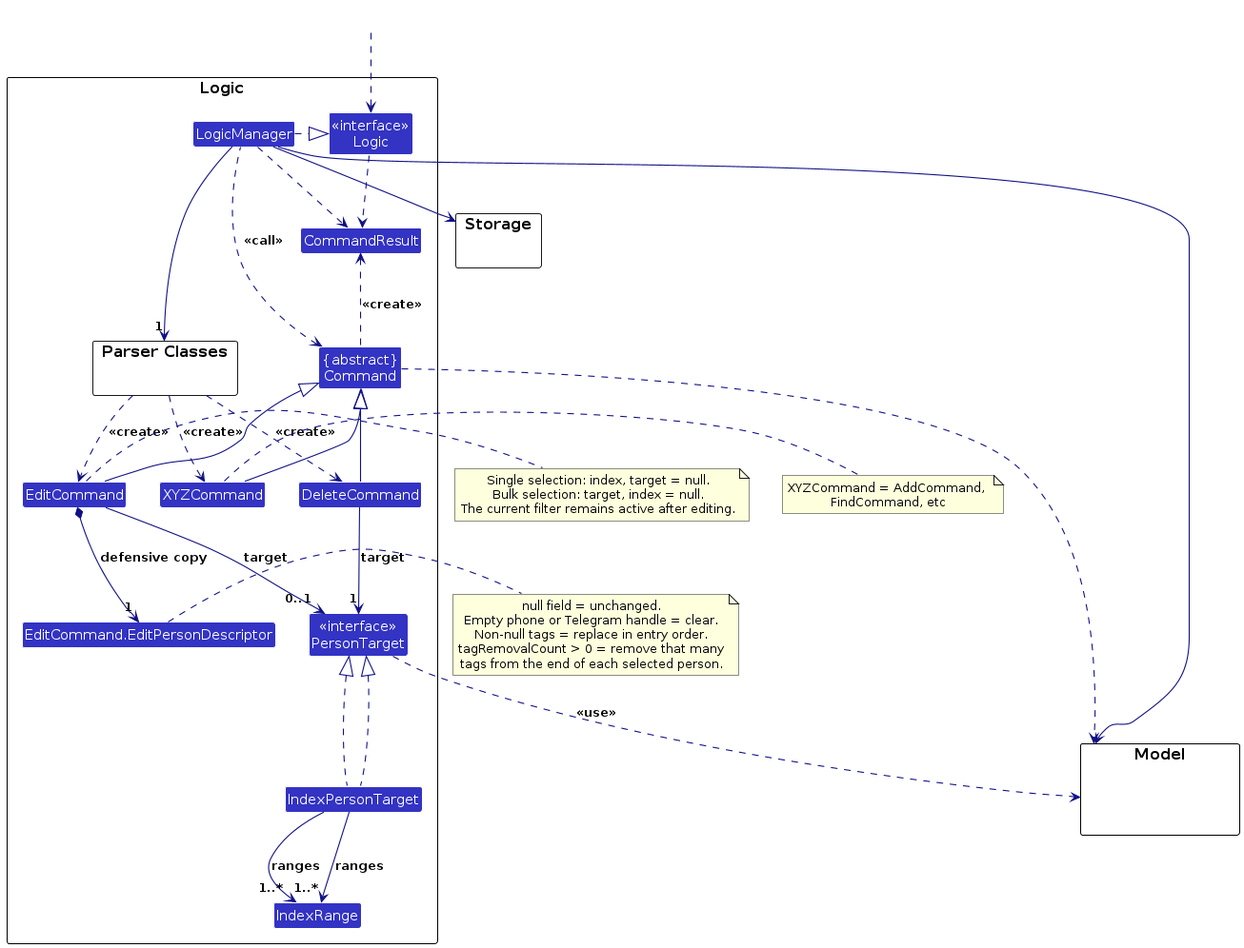
Above: diagrams/LogicClassDiagram.png in AY2627S1-CS2103T-T11-2/tp (PlantUML), before the change. Its source is kept beside it as diagrams/LogicClassDiagram.puml.
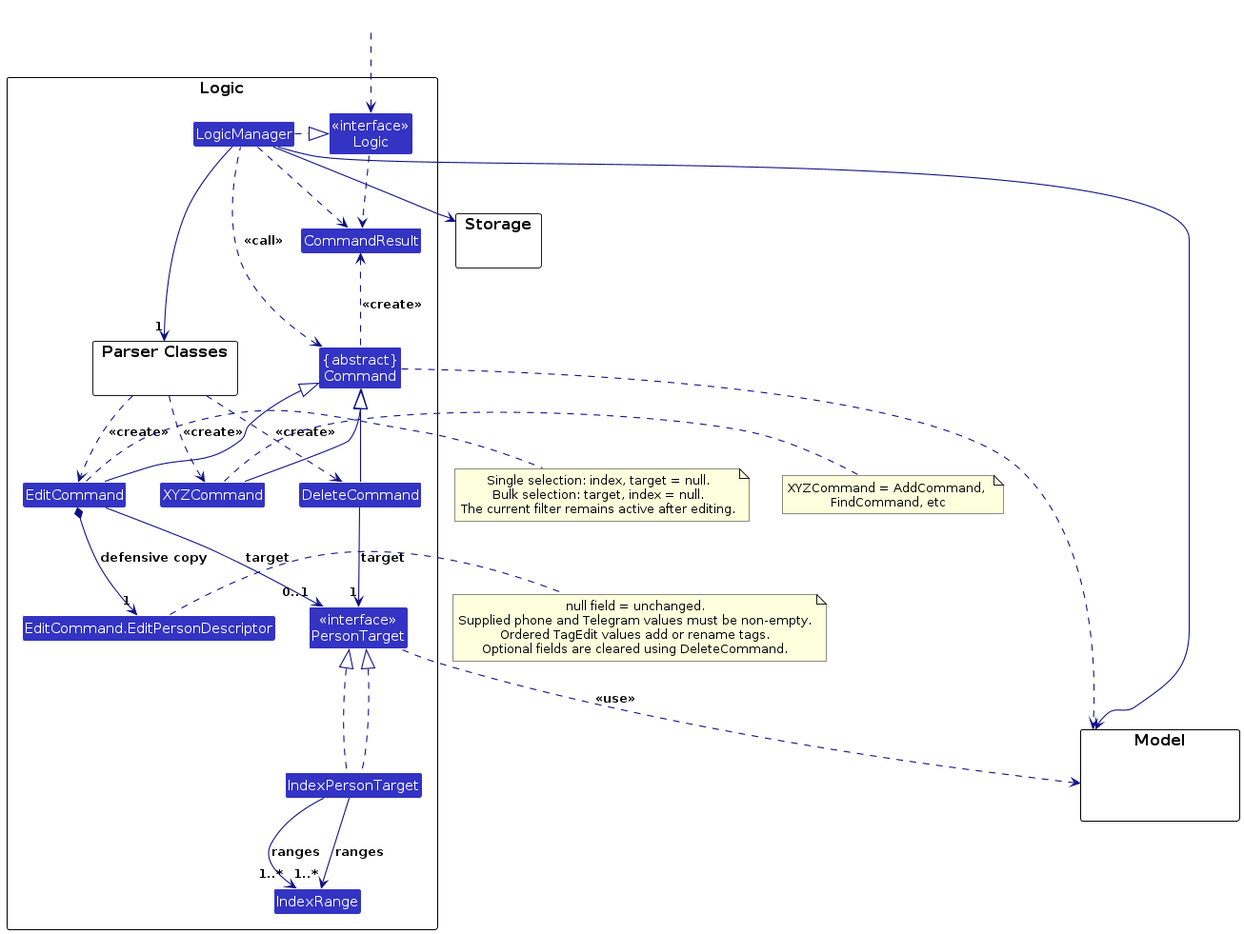
After the change.

What changed in the source:
```diff
@@ -19,8 +19,6 @@
 
 Class EditCommand
 Class "EditCommand.EditPersonDescriptor" as EditPersonDescriptor
-Class "<<interface>>\nPersonTarget" as PersonTarget
-Class IndexPersonTarget
 
 Class "<<interface>>\nLogic" as Logic
 Class LogicManager
@@ -65,10 +63,9 @@
 
 note right of EditPersonDescriptor
   null field = unchanged.
-  Empty phone or Telegram handle = clear.
-  Non-null tags = replace in entry order.
-  tagRemovalCount > 0 = remove that many
-  tags from the end of each selected person.
+  Supplied phone and Telegram values must be non-empty.
+  Ordered TagEdit values add or rename tags.
+  Optional fields are cleared using DeleteCommand.
 end note
 
 LogicManager --> Model
```
